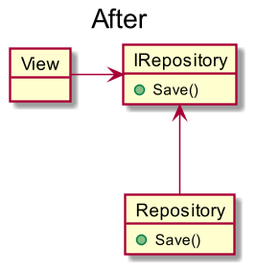
Before: Doc/img/DetailExampleAfter.png, a diagram exported from PlantUML (k2491p/DIP). The source it was exported from:
```plantuml
@startuml
title After
skinparam dpi 150

object View
object IRepository {
	+Save()
}
object Repository {
	+Save()
}

View -> IRepository
IRepository <-- Repository

@enduml
```
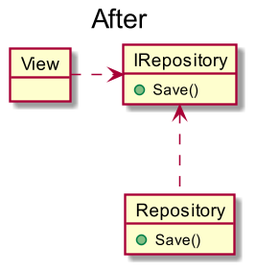
Later version of the same file.

What changed in the source:
```diff
@@ -10,7 +10,7 @@
 	+Save()
 }
 
-View -> IRepository
-IRepository <-- Repository
+View .> IRepository
+IRepository <.. Repository
 
 @enduml
```
